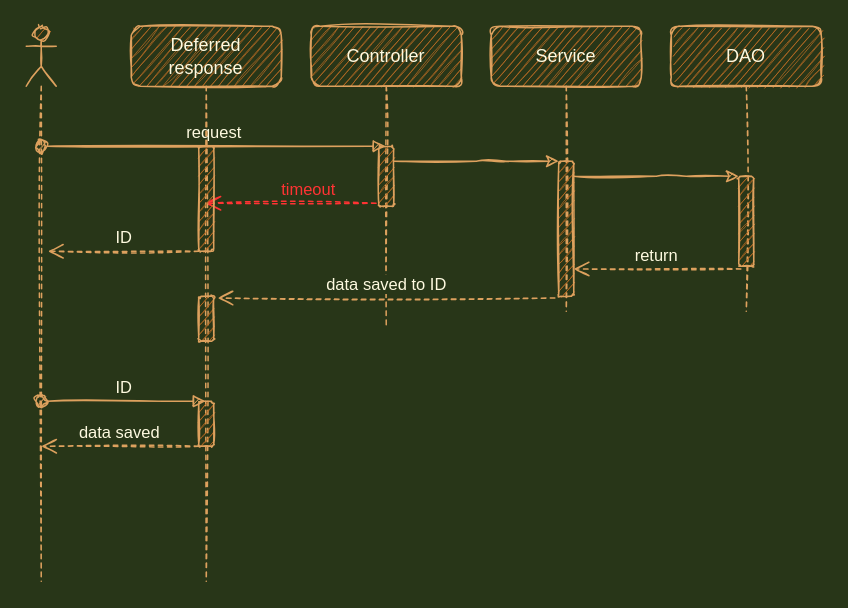
Above: page "Solution1" (2 of 2) of RequestLongLastTask.drawio in hlavrencic/Deferred.Requests (draw.io), before the change. Source tidied: cells renumbered, new cells numbered last; positions are measured from the earlier drawing's top-left corner, leaving out a move shared by most shapes. Both pictures are drawn from the tidied source at 150%, with x=0, y=0 at pixel (26, 26).
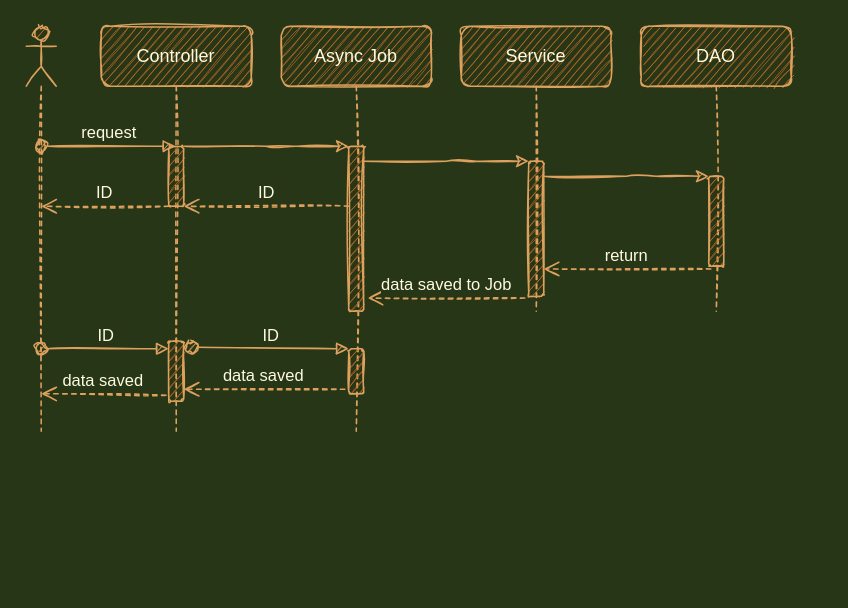
The same page after the edit.

The change refers to these unchanged cells:
```xml
<mxCell id="3" style="html=1;points=[];perimeter=orthogonalPerimeter;fillColor=#BC6C25;strokeColor=#DDA15E;fontColor=#FEFAE0;rounded=1;sketch=1;" parent="2" vertex="1">
  <mxGeometry x="45" y="80" width="10" height="40" as="geometry" />
</mxCell>
<mxCell id="7" style="html=1;points=[];perimeter=orthogonalPerimeter;fillColor=#BC6C25;strokeColor=#DDA15E;fontColor=#FEFAE0;rounded=1;sketch=1;" parent="6" vertex="1">
  <mxGeometry x="45" y="90" width="10" height="90" as="geometry" />
</mxCell>
<mxCell id="10" style="html=1;points=[];perimeter=orthogonalPerimeter;fillColor=#BC6C25;strokeColor=#DDA15E;fontColor=#FEFAE0;rounded=1;sketch=1;" parent="9" vertex="1">
  <mxGeometry x="45" y="100" width="10" height="60" as="geometry" />
</mxCell>
```

The edit, as a diff of the source:
```diff
@@
     <mxCell id="2" value="Controller" style="shape=umlLifeline;perimeter=lifelinePerimeter;whiteSpace=wrap;html=1;outlineConnect=0;fillColor=#BC6C25;strokeColor=#DDA15E;fontColor=#FEFAE0;rounded=1;sketch=1;" parent="1" vertex="1">
-      <mxGeometry x="190" width="100" height="200" as="geometry" />
+      <mxGeometry x="50" width="100" height="270" as="geometry" />
     </mxCell>
@@
+    <mxCell id="22" style="edgeStyle=orthogonalEdgeStyle;rounded=1;orthogonalLoop=1;jettySize=auto;html=1;strokeColor=#DDA15E;fontColor=#FEFAE0;labelBackgroundColor=#283618;sketch=1;" parent="2" edge="1">
+      <mxGeometry relative="1" as="geometry">
+        <mxPoint x="55" y="80" as="sourcePoint" />
+        <mxPoint x="165" y="80" as="targetPoint" />
+        <Array as="points">
+          <mxPoint x="120" y="80" />
+          <mxPoint x="120" y="80" />
+        </Array>
+      </mxGeometry>
+    </mxCell>
+    <mxCell id="23" style="html=1;points=[];perimeter=orthogonalPerimeter;fillColor=#BC6C25;strokeColor=#DDA15E;fontColor=#FEFAE0;rounded=1;sketch=1;" parent="2" vertex="1">
+      <mxGeometry x="45" y="210" width="10" height="40" as="geometry" />
+    </mxCell>
     <mxCell id="4" style="shape=umlLifeline;participant=umlActor;perimeter=lifelinePerimeter;whiteSpace=wrap;html=1;verticalAlign=top;spacingTop=36;fillColor=#BC6C25;strokeColor=#DDA15E;fontColor=#FEFAE0;rounded=1;sketch=1;" parent="1" vertex="1">
-      <mxGeometry width="20" height="370" as="geometry" />
+      <mxGeometry width="20" height="270" as="geometry" />
     </mxCell>
@@
     <mxCell id="6" value="Service" style="shape=umlLifeline;perimeter=lifelinePerimeter;whiteSpace=wrap;html=1;fillColor=#BC6C25;strokeColor=#DDA15E;fontColor=#FEFAE0;rounded=1;sketch=1;" parent="1" vertex="1">
-      <mxGeometry x="310" width="100" height="190" as="geometry" />
+      <mxGeometry x="290" width="100" height="190" as="geometry" />
     </mxCell>
@@
     <mxCell id="9" value="DAO" style="shape=umlLifeline;perimeter=lifelinePerimeter;whiteSpace=wrap;html=1;fillColor=#BC6C25;strokeColor=#DDA15E;fontColor=#FEFAE0;rounded=1;sketch=1;" parent="1" vertex="1">
-      <mxGeometry x="430" width="100" height="190" as="geometry" />
+      <mxGeometry x="410" width="100" height="190" as="geometry" />
     </mxCell>
@@
     <mxCell id="11" style="edgeStyle=orthogonalEdgeStyle;rounded=1;jettySize=auto;html=1;strokeColor=#DDA15E;fontColor=#FEFAE0;labelBackgroundColor=#283618;sketch=1;" parent="1" edge="1" source="7" target="10">
       <mxGeometry relative="1" as="geometry">
         <Array as="points">
-          <mxPoint x="430" y="100" />
-          <mxPoint x="430" y="100" />
+          <mxPoint x="410" y="100" />
+          <mxPoint x="410" y="100" />
         </Array>
       </mxGeometry>
     </mxCell>
-    <mxCell id="12" value="timeout" style="html=1;verticalAlign=bottom;endArrow=open;dashed=1;endSize=8;rounded=1;fillColor=#BC6C25;strokeColor=#FF3333;fontColor=#FF3333;labelBackgroundColor=#283618;sketch=1;exitX=-0.18;exitY=0.95;exitDx=0;exitDy=0;exitPerimeter=0;" parent="1" edge="1" source="3" target="14">
-      <mxGeometry x="-0.2" relative="1" as="geometry" />
-    </mxCell>
@@
-    <mxCell id="14" value="Deferred response" style="shape=umlLifeline;perimeter=lifelinePerimeter;whiteSpace=wrap;html=1;outlineConnect=0;fillColor=#BC6C25;strokeColor=#DDA15E;fontColor=#FEFAE0;rounded=1;sketch=1;" parent="1" vertex="1">
-      <mxGeometry x="70" width="100" height="370" as="geometry" />
-    </mxCell>
-    <mxCell id="15" style="html=1;perimeter=orthogonalPerimeter;fillColor=#BC6C25;strokeColor=#DDA15E;fontColor=#FEFAE0;rounded=1;sketch=1;" parent="14" vertex="1">
-      <mxGeometry x="45" y="80" width="10" height="70" as="geometry" />
-    </mxCell>
-    <mxCell id="16" value="ID" style="html=1;verticalAlign=bottom;endArrow=open;dashed=1;endSize=8;rounded=1;fillColor=#f8cecc;strokeColor=#DDA15E;fontColor=#FEFAE0;labelBackgroundColor=#283618;sketch=1;" parent="14" edge="1">
-      <mxGeometry relative="1" as="geometry">
-        <mxPoint x="45" y="150" as="sourcePoint" />
-        <mxPoint x="-55.5" y="150" as="targetPoint" />
-      </mxGeometry>
-    </mxCell>
-    <mxCell id="17" style="html=1;perimeter=orthogonalPerimeter;fillColor=#BC6C25;strokeColor=#DDA15E;fontColor=#FEFAE0;rounded=1;sketch=1;" parent="14" vertex="1">
-      <mxGeometry x="45" y="250" width="10" height="30" as="geometry" />
-    </mxCell>
-    <mxCell id="18" value="data saved to ID" style="html=1;verticalAlign=bottom;endArrow=open;dashed=1;endSize=8;rounded=1;fillColor=#f8cecc;strokeColor=#DDA15E;fontColor=#FEFAE0;labelBackgroundColor=#283618;sketch=1;exitX=-0.26;exitY=1.013;exitDx=0;exitDy=0;exitPerimeter=0;entryX=1.26;entryY=0.04;entryDx=0;entryDy=0;entryPerimeter=0;" parent="1" edge="1" source="7" target="19">
-      <mxGeometry relative="1" as="geometry" />
+    <mxCell id="18" value="data saved to Job" style="html=1;verticalAlign=bottom;endArrow=open;dashed=1;endSize=8;rounded=1;fillColor=#f8cecc;strokeColor=#DDA15E;fontColor=#FEFAE0;labelBackgroundColor=#283618;sketch=1;exitX=-0.26;exitY=1.013;exitDx=0;exitDy=0;exitPerimeter=0;entryX=1.26;entryY=0.04;entryDx=0;entryDy=0;entryPerimeter=0;" parent="1" edge="1" source="7">
+      <mxGeometry relative="1" as="geometry">
+        <mxPoint x="227.6" y="181.2" as="targetPoint" />
+      </mxGeometry>
     </mxCell>
-    <mxCell id="19" style="html=1;points=[];perimeter=orthogonalPerimeter;fillColor=#BC6C25;strokeColor=#DDA15E;fontColor=#FEFAE0;rounded=1;sketch=1;" parent="1" vertex="1">
-      <mxGeometry x="115" y="180" width="10" height="30" as="geometry" />
-    </mxCell>
-    <mxCell id="20" value="ID" style="html=1;verticalAlign=bottom;startArrow=oval;startFill=1;endArrow=block;startSize=8;rounded=1;strokeColor=#DDA15E;fontColor=#FEFAE0;labelBackgroundColor=#283618;sketch=1;" parent="1" edge="1" target="14">
+    <mxCell id="20" value="ID" style="html=1;verticalAlign=bottom;startArrow=oval;startFill=1;endArrow=block;startSize=8;rounded=1;strokeColor=#DDA15E;fontColor=#FEFAE0;labelBackgroundColor=#283618;sketch=1;" parent="1" edge="1" target="23">
       <mxGeometry relative="1" as="geometry">
-        <mxPoint x="10" y="250" as="sourcePoint" />
+        <mxPoint x="10" y="215" as="sourcePoint" />
       </mxGeometry>
     </mxCell>
-    <mxCell id="21" value="data saved" style="html=1;verticalAlign=bottom;endArrow=open;dashed=1;endSize=8;rounded=1;fillColor=#f8cecc;strokeColor=#DDA15E;fontColor=#FEFAE0;labelBackgroundColor=#283618;sketch=1;exitX=-0.26;exitY=1.013;exitDx=0;exitDy=0;exitPerimeter=0;" parent="1" edge="1">
+    <mxCell id="21" value="data saved" style="html=1;verticalAlign=bottom;endArrow=open;dashed=1;endSize=8;rounded=1;fillColor=#f8cecc;strokeColor=#DDA15E;fontColor=#FEFAE0;labelBackgroundColor=#283618;sketch=1;exitX=-0.18;exitY=0.9;exitDx=0;exitDy=0;exitPerimeter=0;" parent="1" edge="1" source="23">
       <mxGeometry relative="1" as="geometry">
-        <mxPoint x="115" y="280" as="sourcePoint" />
-        <mxPoint x="10" y="280" as="targetPoint" />
+        <mxPoint x="10" y="245" as="targetPoint" />
       </mxGeometry>
     </mxCell>
+    <mxCell id="24" value="Async Job" style="shape=umlLifeline;perimeter=lifelinePerimeter;whiteSpace=wrap;html=1;fillColor=#BC6C25;strokeColor=#DDA15E;fontColor=#FEFAE0;rounded=1;sketch=1;" parent="1" vertex="1">
+      <mxGeometry x="170" width="100" height="270" as="geometry" />
+    </mxCell>
+    <mxCell id="25" style="html=1;points=[];perimeter=orthogonalPerimeter;fillColor=#BC6C25;strokeColor=#DDA15E;fontColor=#FEFAE0;rounded=1;sketch=1;" parent="24" vertex="1">
+      <mxGeometry x="45" y="80" width="10" height="110" as="geometry" />
+    </mxCell>
+    <mxCell id="26" style="html=1;points=[];perimeter=orthogonalPerimeter;fillColor=#BC6C25;strokeColor=#DDA15E;fontColor=#FEFAE0;rounded=1;sketch=1;" parent="24" vertex="1">
+      <mxGeometry x="45" y="215" width="10" height="30" as="geometry" />
+    </mxCell>
+    <mxCell id="27" value="ID" style="html=1;verticalAlign=bottom;startArrow=oval;startFill=1;endArrow=block;startSize=8;rounded=1;strokeColor=#DDA15E;fontColor=#FEFAE0;labelBackgroundColor=#283618;sketch=1;" parent="24" edge="1" target="26">
+      <mxGeometry relative="1" as="geometry">
+        <mxPoint x="-60" y="214" as="sourcePoint" />
+      </mxGeometry>
+    </mxCell>
+    <mxCell id="16" value="ID" style="html=1;verticalAlign=bottom;endArrow=open;dashed=1;endSize=8;rounded=1;fillColor=#f8cecc;strokeColor=#DDA15E;fontColor=#FEFAE0;labelBackgroundColor=#283618;sketch=1;" parent="1" edge="1" source="3">
+      <mxGeometry relative="1" as="geometry">
+        <mxPoint x="10" y="120" as="targetPoint" />
+      </mxGeometry>
+    </mxCell>
+    <mxCell id="28" value="ID" style="html=1;verticalAlign=bottom;endArrow=open;dashed=1;endSize=8;rounded=1;fillColor=#f8cecc;strokeColor=#DDA15E;fontColor=#FEFAE0;labelBackgroundColor=#283618;sketch=1;" parent="1" edge="1" source="25" target="3">
+      <mxGeometry relative="1" as="geometry" />
+    </mxCell>
+    <mxCell id="29" value="data saved" style="html=1;verticalAlign=bottom;endArrow=open;dashed=1;endSize=8;rounded=1;fillColor=#f8cecc;strokeColor=#DDA15E;fontColor=#FEFAE0;labelBackgroundColor=#283618;sketch=1;exitX=-0.26;exitY=0.9;exitDx=0;exitDy=0;exitPerimeter=0;" parent="1" edge="1" source="26" target="23">
+      <mxGeometry relative="1" as="geometry" />
+    </mxCell>
```
